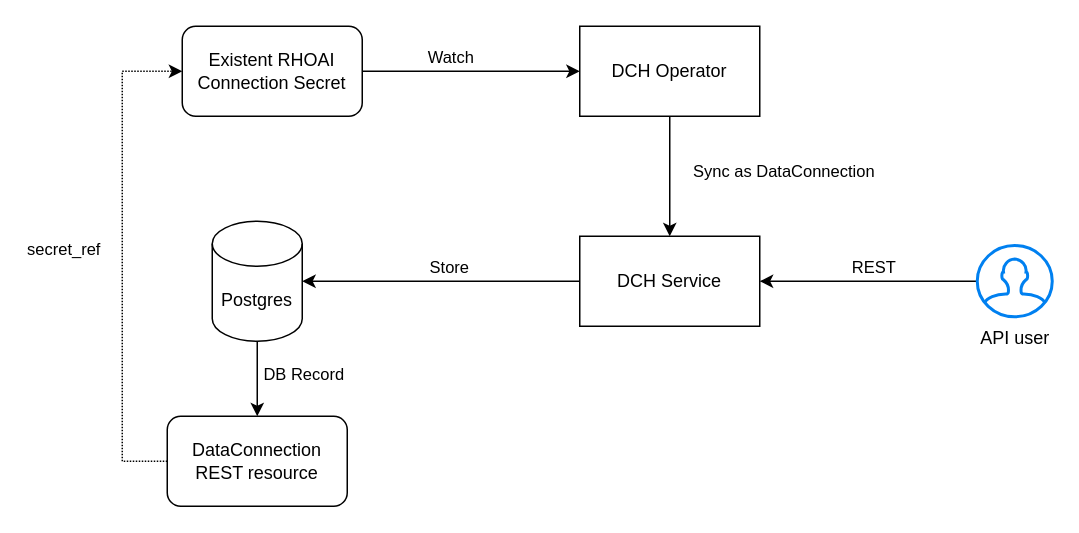
This is page "Secret sync" (5 of 5) of architecture-decision-records/data-connect-hub/diagrams/Connections.drawio from opendatahub-io/architecture-decision-records, a draw.io file, before an edit. Source tidied: cells renumbered, new cells numbered last; positions are measured from the earlier drawing's top-left corner, leaving out a move shared by most shapes. Both pictures are drawn from the tidied source at 150%, with x=0, y=0 at pixel (122, 26).
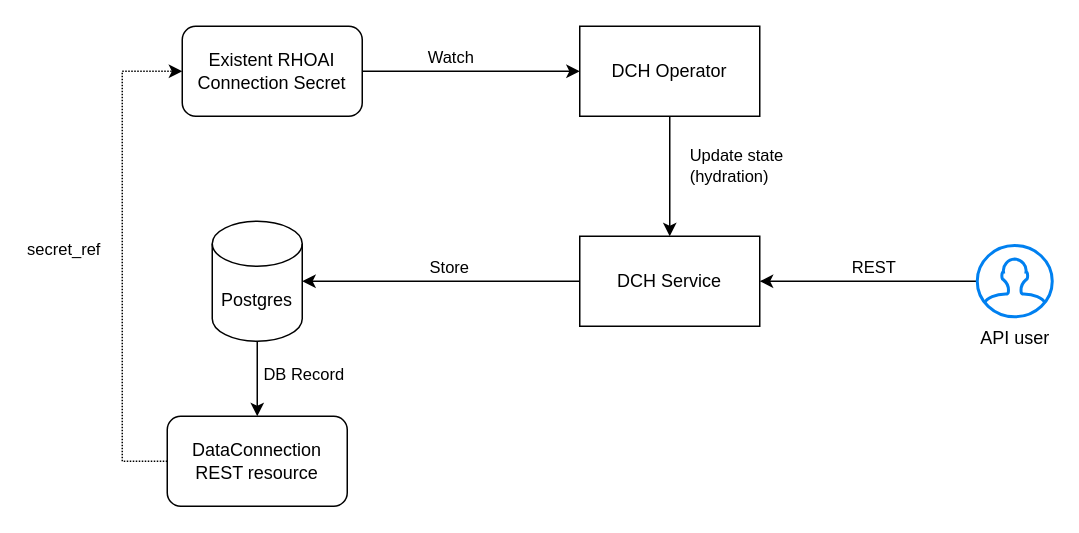
The same page after the edit.

Unchanged cells that the change refers to:
```xml
<mxCell id="5" style="edgeStyle=orthogonalEdgeStyle;rounded=0;jettySize=auto;html=1;" parent="1" edge="1" source="7" target="10">
  <mxGeometry relative="1" as="geometry" />
</mxCell>
```

Change to the diagram source:
```diff
@@
-    <mxCell id="6" value="Sync as DataConnection" style="edgeLabel;html=1;align=center;verticalAlign=middle;" parent="5" vertex="1">
-      <mxGeometry x="-0.11" y="1" relative="1" as="geometry">
-        <mxPoint x="74" as="offset" />
-      </mxGeometry>
-    </mxCell>
+    <mxCell id="20" value="&lt;span style=&quot;text-align: left;&quot;&gt;Update state&amp;nbsp;&lt;/span&gt;&lt;div style=&quot;text-align: left;&quot;&gt;(hydration)&lt;/div&gt;" style="edgeLabel;html=1;align=center;verticalAlign=middle;" parent="5" vertex="1">
+      <mxGeometry x="-0.2" y="-2" relative="1" as="geometry">
+        <mxPoint x="47" as="offset" />
+      </mxGeometry>
+    </mxCell>
```
